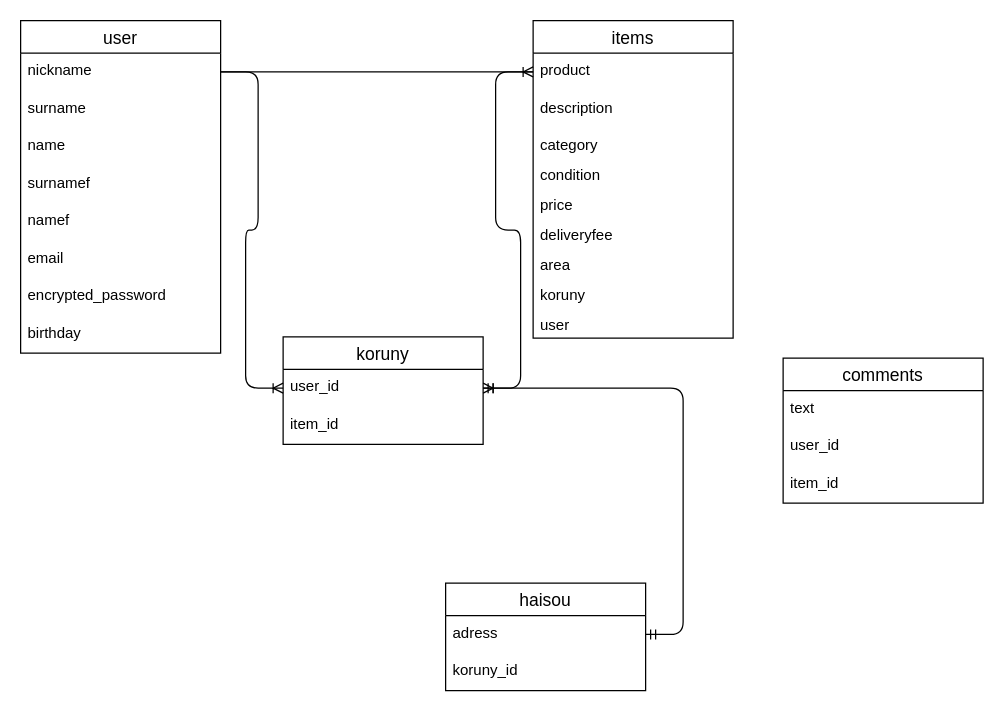
The draw.io diagram app/views/ER.dio in mahha334/furima-31178, before the edit. Source tidied: cells renumbered, new cells numbered last; positions are measured from the earlier drawing's top-left corner, leaving out a move shared by most shapes. Both pictures are drawn from the tidied source at 125%, with x=0, y=0 at pixel (20, 20).
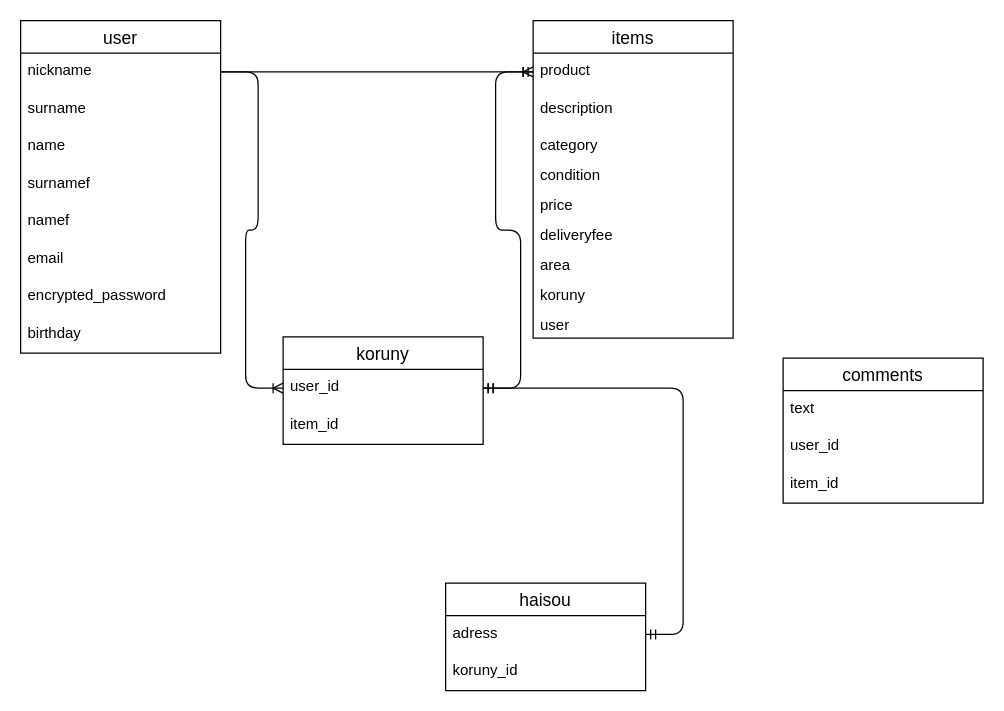
The same diagram, later.

The change refers to these unchanged cells:
```xml
<mxCell id="4" value="product" style="text;strokeColor=none;fillColor=none;spacingLeft=4;spacingRight=4;overflow=hidden;points=[[0,0.5],[1,0.5]];portConstraint=eastwest;fontSize=12;" parent="3" vertex="1">
  <mxGeometry y="26" width="160" height="30" as="geometry" />
</mxCell>
<mxCell id="23" value="user_id" style="text;strokeColor=none;fillColor=none;spacingLeft=4;spacingRight=4;overflow=hidden;points=[[0,0.5],[1,0.5]];portConstraint=eastwest;fontSize=12;" parent="22" vertex="1">
  <mxGeometry y="26" width="160" height="30" as="geometry" />
</mxCell>
```

Change to the diagram source:
```diff
@@
-    <mxCell id="34" style="edgeStyle=entityRelationEdgeStyle;fontSize=12;html=1;endArrow=ERoneToMany;" parent="1" edge="1" source="4" target="23">
-      <mxGeometry relative="1" as="geometry" />
-    </mxCell>
+    <mxCell id="35" style="edgeStyle=entityRelationEdgeStyle;fontSize=12;html=1;endArrow=ERmandOne;startArrow=ERmandOne;" parent="1" edge="1" source="23" target="4">
+      <mxGeometry relative="1" as="geometry" />
+    </mxCell>
```
